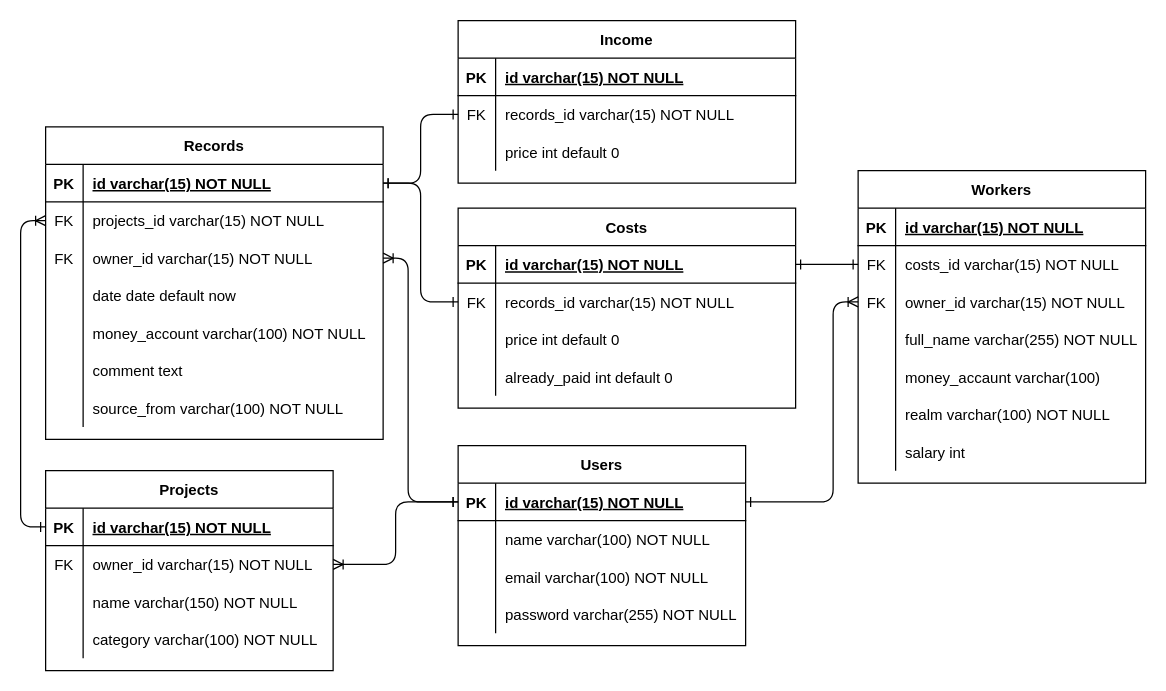
Before: DB.drawio in VanyaKupnevskij/buisnesService_backend, a draw.io diagram. Source tidied: cells renumbered, new cells numbered last; positions are measured from the earlier drawing's top-left corner, leaving out a move shared by most shapes. Both pictures are drawn from the tidied source at 125%, with x=0, y=0 at pixel (8, -61).
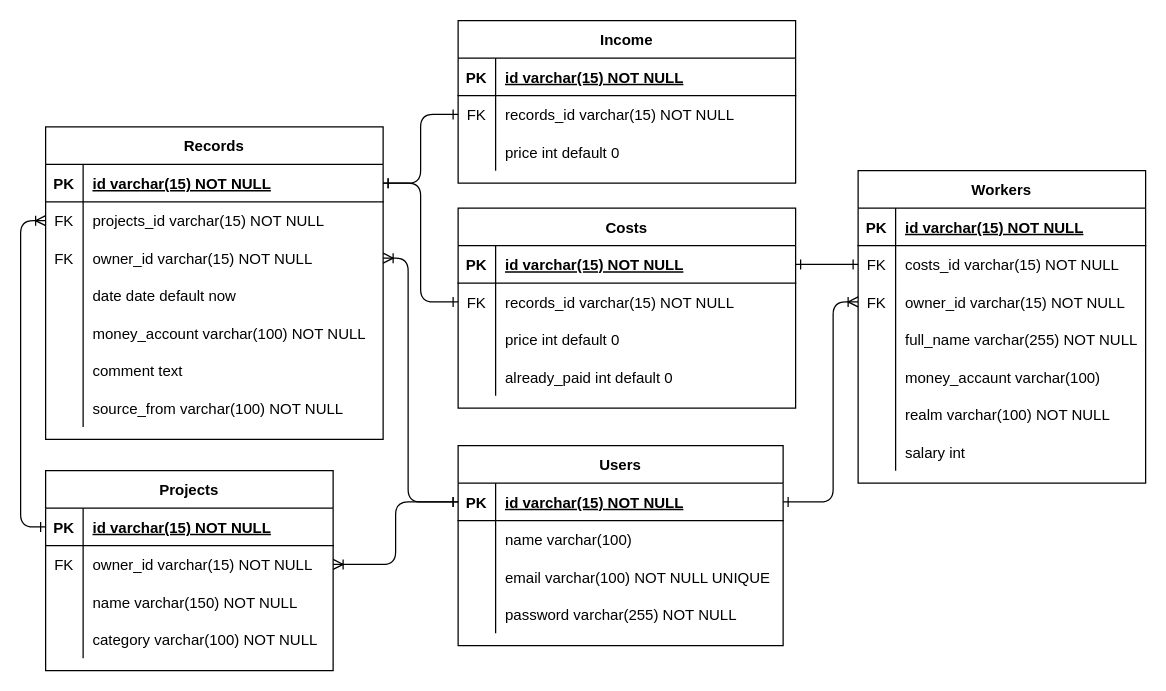
The same diagram, later.

Change to the diagram source:
```diff
@@
     <mxCell id="2" value="Users" style="shape=table;startSize=30;childLayout=tableLayout;rowLines=0;fontStyle=1;align=center;" parent="1" vertex="1">
-      <mxGeometry x="360" y="405" width="230" height="160" as="geometry" />
+      <mxGeometry x="360" y="405" width="260" height="160" as="geometry" />
     </mxCell>
     <mxCell id="3" style="shape=partialRectangle;fillColor=none;points=[[0,0.5],[1,0.5]];portConstraint=eastwest;top=0;left=0;right=0;bottom=1;" parent="2" vertex="1">
-      <mxGeometry y="30" width="230" height="30" as="geometry" />
+      <mxGeometry y="30" width="260" height="30" as="geometry" />
     </mxCell>
@@
     <mxCell id="5" value="id varchar(15) NOT NULL " style="shape=partialRectangle;overflow=hidden;fillColor=none;top=0;left=0;bottom=0;right=0;align=left;spacingLeft=6;fontStyle=5;" parent="3" vertex="1">
-      <mxGeometry x="30" width="200" height="30" as="geometry" />
+      <mxGeometry x="30" width="230" height="30" as="geometry" />
     </mxCell>
     <mxCell id="6" style="shape=partialRectangle;fillColor=none;top=0;left=0;right=0;bottom=0;" parent="2" vertex="1">
-      <mxGeometry y="60" width="230" height="30" as="geometry" />
+      <mxGeometry y="60" width="260" height="30" as="geometry" />
     </mxCell>
@@
-    <mxCell id="8" value="name varchar(100) NOT NULL" style="shape=partialRectangle;overflow=hidden;fillColor=none;top=0;left=0;bottom=0;right=0;align=left;spacingLeft=6;" parent="6" vertex="1">
-      <mxGeometry x="30" width="200" height="30" as="geometry" />
+    <mxCell id="8" value="name varchar(100) " style="shape=partialRectangle;overflow=hidden;fillColor=none;top=0;left=0;bottom=0;right=0;align=left;spacingLeft=6;" parent="6" vertex="1">
+      <mxGeometry x="30" width="230" height="30" as="geometry" />
     </mxCell>
     <mxCell id="9" style="shape=partialRectangle;fillColor=none;top=0;left=0;right=0;bottom=0;" parent="2" vertex="1">
-      <mxGeometry y="90" width="230" height="30" as="geometry" />
+      <mxGeometry y="90" width="260" height="30" as="geometry" />
     </mxCell>
@@
-    <mxCell id="11" value="email varchar(100) NOT NULL" style="shape=partialRectangle;overflow=hidden;fillColor=none;top=0;left=0;bottom=0;right=0;align=left;spacingLeft=6;" parent="9" vertex="1">
-      <mxGeometry x="30" width="200" height="30" as="geometry" />
+    <mxCell id="11" value="email varchar(100) NOT NULL UNIQUE" style="shape=partialRectangle;overflow=hidden;fillColor=none;top=0;left=0;bottom=0;right=0;align=left;spacingLeft=6;" parent="9" vertex="1">
+      <mxGeometry x="30" width="230" height="30" as="geometry" />
     </mxCell>
     <mxCell id="12" style="shape=partialRectangle;fillColor=none;top=0;left=0;right=0;bottom=0;" parent="2" vertex="1">
-      <mxGeometry y="120" width="230" height="30" as="geometry" />
+      <mxGeometry y="120" width="260" height="30" as="geometry" />
     </mxCell>
@@
     <mxCell id="14" value="password varchar(255) NOT NULL" style="shape=partialRectangle;overflow=hidden;fillColor=none;top=0;left=0;bottom=0;right=0;align=left;spacingLeft=6;" parent="12" vertex="1">
-      <mxGeometry x="30" width="200" height="30" as="geometry" />
+      <mxGeometry x="30" width="230" height="30" as="geometry" />
     </mxCell>
```
